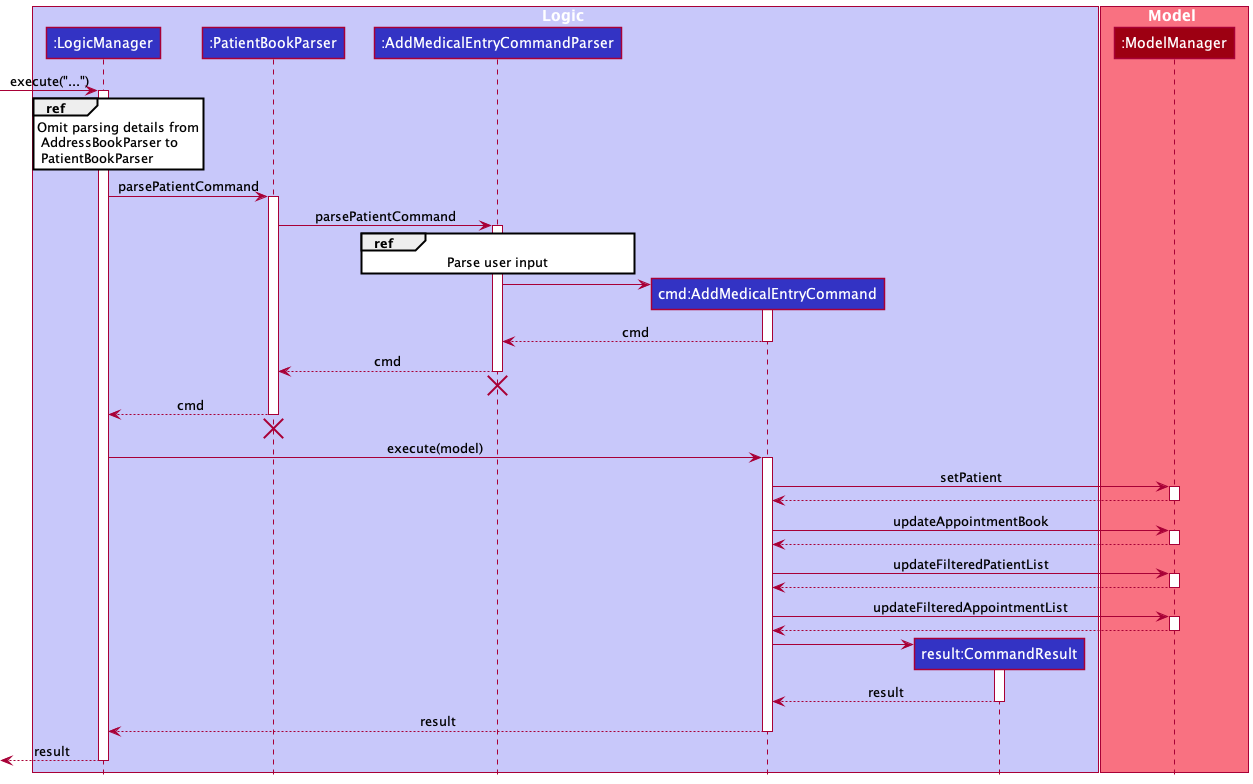
AY2122S1-CS2103-W14-1/tp keeps this PlantUML diagram as docs/diagrams/AddMedicalEntryFeatureSequenceDiagram.png. Above is the earlier version.
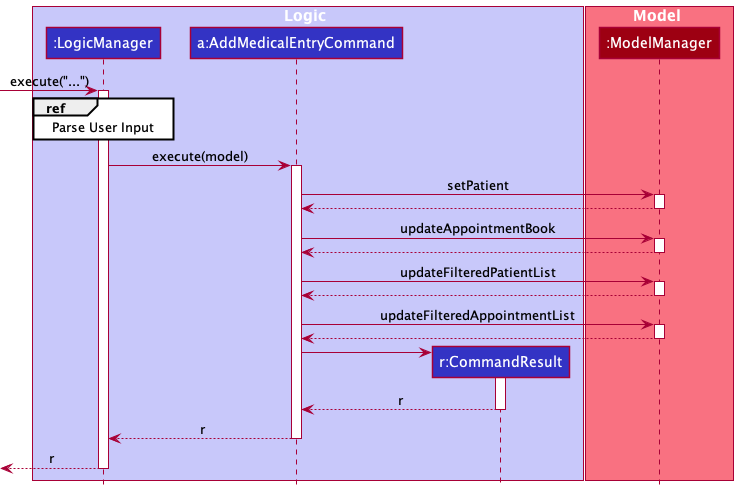
The same file after the commit.

The edit, as a diff of the source:
```diff
@@ -3,11 +3,9 @@
 
 box Logic LOGIC_COLOR_T1
 participant ":LogicManager" as LogicManager LOGIC_COLOR
-participant ":PatientBookParser" as PatientBookParser LOGIC_COLOR
-participant ":AddMedicalEntryCommandParser" as AddMedicalEntryCommandParser LOGIC_COLOR
-participant "cmd:AddMedicalEntryCommand" as AddMedicalEntryCommand LOGIC_COLOR
+participant "a:AddMedicalEntryCommand" as AddMedicalEntryCommand LOGIC_COLOR
 participant ":ModelManager" as ModelManager MODEL_COLOR
-participant "result:CommandResult" as CommandResult LOGIC_COLOR
+participant "r:CommandResult" as CommandResult LOGIC_COLOR
 end box
 
 box Model MODEL_COLOR_T1
@@ -17,28 +15,7 @@
 [-> LogicManager : execute("...")
 activate LogicManager
 
-ref over LogicManager: Omit parsing details from\n AddressBookParser to\n PatientBookParser
-LogicManager -> PatientBookParser : parsePatientCommand
-activate PatientBookParser
-PatientBookParser -> AddMedicalEntryCommandParser : parsePatientCommand
-activate AddMedicalEntryCommandParser
-ref over AddMedicalEntryCommandParser: Parse user input
-
-create AddMedicalEntryCommand
-AddMedicalEntryCommandParser -> AddMedicalEntryCommand
-activate AddMedicalEntryCommand
-
-AddMedicalEntryCommand --> AddMedicalEntryCommandParser : cmd
-deactivate AddMedicalEntryCommand
-AddMedicalEntryCommandParser --> PatientBookParser : cmd
-deactivate AddMedicalEntryCommandParser
-AddMedicalEntryCommandParser -[hidden]-> LogicManager
-destroy AddMedicalEntryCommandParser
-
-PatientBookParser --> LogicManager : cmd
-deactivate PatientBookParser
-PatientBookParser -[hidden]-> LogicManager
-destroy PatientBookParser
+ref over LogicManager: Parse User Input
 
 
 LogicManager -> AddMedicalEntryCommand : execute(model)
@@ -65,12 +42,12 @@
 AddMedicalEntryCommand -> CommandResult
 activate CommandResult
 
-CommandResult --> AddMedicalEntryCommand : result
+CommandResult --> AddMedicalEntryCommand : r
 deactivate CommandResult
 
-AddMedicalEntryCommand --> LogicManager : result
+AddMedicalEntryCommand --> LogicManager : r
 deactivate AddMedicalEntryCommand
 
-[<--LogicManager : result
+[<--LogicManager : r
 deactivate LogicManager
 @enduml
```
